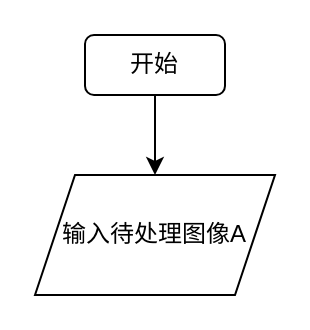
qubo188612/Visio keeps this draw.io diagram as 未命名绘图.drawio. Above is the earlier version. Source tidied: cells renumbered, new cells numbered last; positions are measured from the earlier drawing's top-left corner, leaving out a move shared by most shapes. Both pictures are drawn from the tidied source at 200%, with x=0, y=0 at pixel (34, 34).
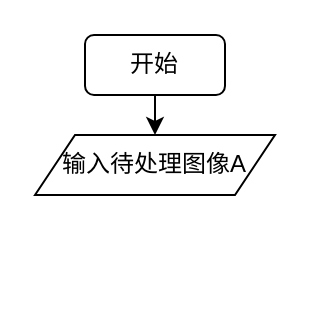
Above is the later version.

Commit message (it also covers changes not shown here):
更新未命名绘图.drawio

The edit, as a diff of the source:
```diff
@@
 <mxGraphModel>
   <root>
     <mxCell id="0" />
     <mxCell id="1" parent="0" />
-    <mxCell id="2" style="edgeStyle=orthogonalEdgeStyle;rounded=0;jettySize=auto;html=1;entryX=0.5;entryY=0;entryDx=0;entryDy=0;" parent="1" edge="1" source="3" target="4">
-      <mxGeometry relative="1" as="geometry" />
+    <mxCell id="2" style="edgeStyle=orthogonalEdgeStyle;rounded=0;jettySize=auto;html=1;" parent="1" edge="1" source="3">
+      <mxGeometry relative="1" as="geometry">
+        <mxPoint x="60" y="50" as="targetPoint" />
+      </mxGeometry>
     </mxCell>
     <mxCell id="3" value="开始" style="rounded=1;whiteSpace=wrap;html=1;" parent="1" vertex="1">
       <mxGeometry x="25" width="70" height="30" as="geometry" />
     </mxCell>
     <mxCell id="4" value="输入待处理图像A" style="shape=parallelogram;perimeter=parallelogramPerimeter;whiteSpace=wrap;html=1;fixedSize=1;" parent="1" vertex="1">
-      <mxGeometry y="70" width="120" height="60" as="geometry" />
+      <mxGeometry y="50" width="120" height="30" as="geometry" />
     </mxCell>
   </root>
 </mxGraphModel>
```
